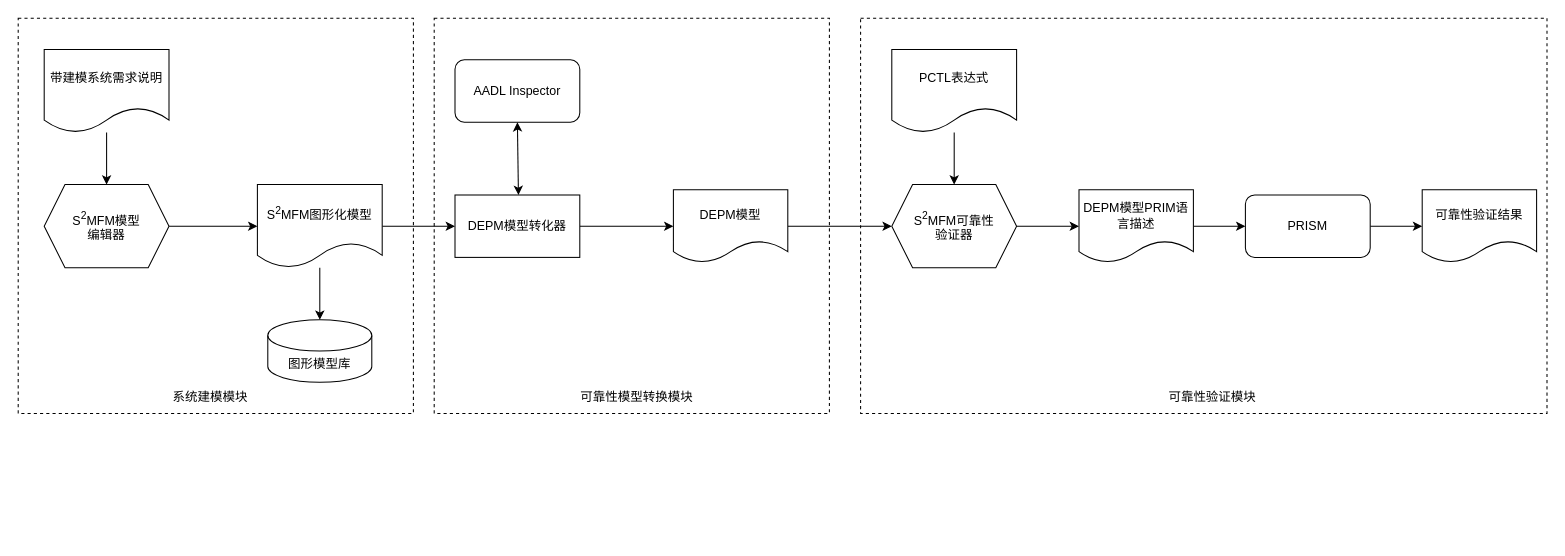
happinessandlove/Pic keeps this draw.io diagram as drawio/核心结构.drawio. Above is the earlier version. Source tidied: cells renumbered, new cells numbered last; positions are measured from the earlier drawing's top-left corner, leaving out a move shared by most shapes. Both pictures are drawn from the tidied source at 104%, with x=0, y=0 at pixel (18, 18).
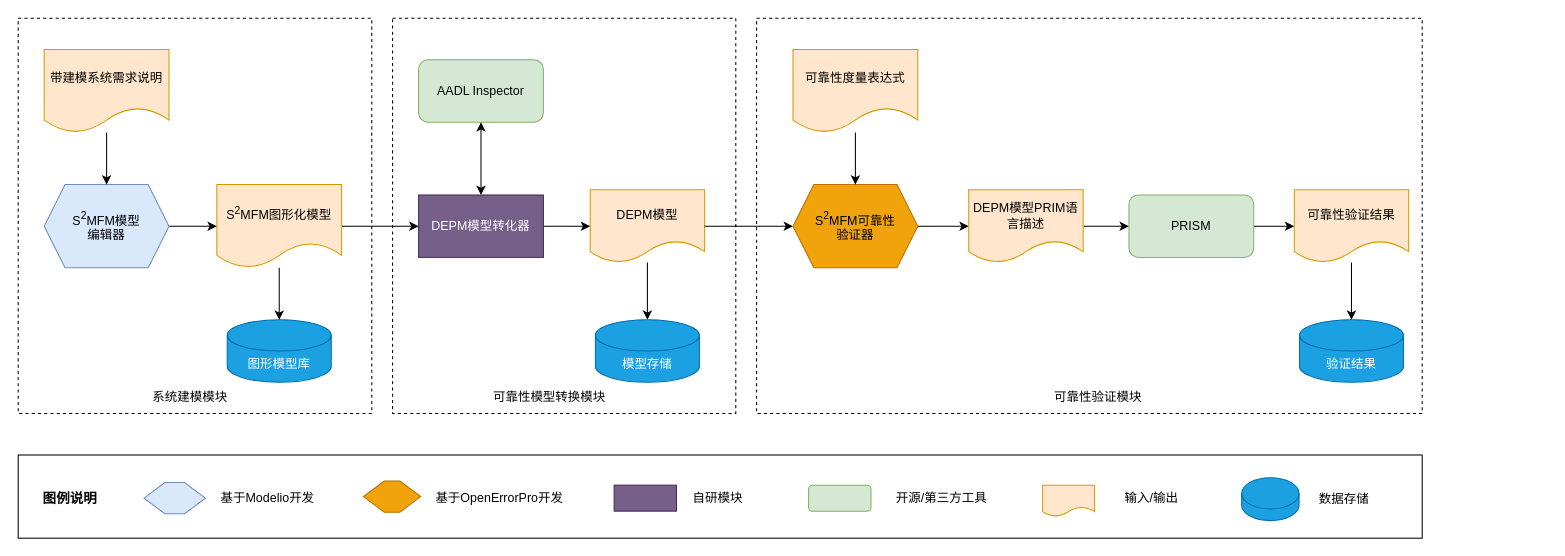
The same page after the edit.

Change to the diagram source:
```diff
@@
+    <mxCell id="31" style="group;" parent="1" vertex="1">
+      <mxGeometry x="710" width="640" height="380" as="geometry" />
+    </mxCell>
+    <mxCell id="32" style="rounded=0;whiteSpace=wrap;html=1;shadow=0;fillColor=none;dashed=1;" parent="31" vertex="1">
+      <mxGeometry width="640" height="380" as="geometry" />
+    </mxCell>
+    <mxCell id="33" value="可靠性验证模块" style="text;html=1;strokeColor=none;fillColor=none;align=center;verticalAlign=middle;whiteSpace=wrap;rounded=0;shadow=0;dashed=1;" parent="31" vertex="1">
+      <mxGeometry x="235.8" y="350" width="185.3" height="30" as="geometry" />
+    </mxCell>
+    <mxCell id="34" value="验证结果" style="shape=cylinder3;whiteSpace=wrap;html=1;boundedLbl=1;backgroundOutline=1;size=15;fillColor=#1ba1e2;fontColor=#ffffff;strokeColor=#006EAF;" parent="31" vertex="1">
+      <mxGeometry x="522" y="290" width="100" height="60" as="geometry" />
+    </mxCell>
+    <mxCell id="28" style="group;" parent="1" vertex="1">
+      <mxGeometry x="360" width="420" height="380" as="geometry" />
+    </mxCell>
+    <mxCell id="29" style="rounded=0;whiteSpace=wrap;html=1;shadow=0;fillColor=none;dashed=1;" parent="28" vertex="1">
+      <mxGeometry width="330" height="380" as="geometry" />
+    </mxCell>
+    <mxCell id="30" value="可靠性模型转换模块" style="text;html=1;strokeColor=none;fillColor=none;align=center;verticalAlign=middle;whiteSpace=wrap;rounded=0;shadow=0;dashed=1;" parent="28" vertex="1">
+      <mxGeometry x="90" y="350" width="121.6" height="30" as="geometry" />
+    </mxCell>
+    <mxCell id="35" style="edgeStyle=orthogonalEdgeStyle;rounded=0;jettySize=auto;html=1;entryX=0.5;entryY=0;entryDx=0;entryDy=0;entryPerimeter=0;" parent="28" edge="1" source="12" target="36">
+      <mxGeometry relative="1" as="geometry" />
+    </mxCell>
+    <mxCell id="12" value="&lt;span&gt;DEPM模型&lt;/span&gt;" style="shape=document;whiteSpace=wrap;html=1;boundedLbl=1;fillColor=#ffe6cc;strokeColor=#d79b00;" parent="28" vertex="1">
+      <mxGeometry x="190" y="165" width="110" height="70" as="geometry" />
+    </mxCell>
+    <mxCell id="36" value="模型存储" style="shape=cylinder3;whiteSpace=wrap;html=1;boundedLbl=1;backgroundOutline=1;size=15;fillColor=#1ba1e2;fontColor=#ffffff;strokeColor=#006EAF;" parent="28" vertex="1">
+      <mxGeometry x="195" y="290" width="100" height="60" as="geometry" />
+    </mxCell>
+    <mxCell id="25" style="group;" parent="1" vertex="1">
+      <mxGeometry width="340" height="380" as="geometry" />
+    </mxCell>
+    <mxCell id="26" style="rounded=0;whiteSpace=wrap;html=1;shadow=0;fillColor=none;dashed=1;" parent="25" vertex="1">
+      <mxGeometry width="340" height="380" as="geometry" />
+    </mxCell>
+    <mxCell id="27" value="系统建模模块" style="text;html=1;strokeColor=none;fillColor=none;align=center;verticalAlign=middle;whiteSpace=wrap;rounded=0;shadow=0;dashed=1;" parent="25" vertex="1">
+      <mxGeometry x="125.3" y="350" width="80.5" height="30" as="geometry" />
+    </mxCell>
@@
-    <mxCell id="3" value="&lt;span&gt;S&lt;/span&gt;&lt;sup&gt;2&lt;/sup&gt;&lt;span&gt;MFM模型&lt;/span&gt;&lt;br&gt;&lt;span&gt;编辑器&lt;/span&gt;" style="shape=hexagon;perimeter=hexagonPerimeter2;whiteSpace=wrap;html=1;fixedSize=1;" parent="1" vertex="1">
+    <mxCell id="3" value="&lt;span&gt;S&lt;/span&gt;&lt;sup&gt;2&lt;/sup&gt;&lt;span&gt;MFM模型&lt;/span&gt;&lt;br&gt;&lt;span&gt;编辑器&lt;/span&gt;" style="shape=hexagon;perimeter=hexagonPerimeter2;whiteSpace=wrap;html=1;fixedSize=1;fillColor=#dae8fc;strokeColor=#6c8ebf;" parent="1" vertex="1">
       <mxGeometry x="25" y="160" width="120" height="80" as="geometry" />
     </mxCell>
@@
-    <mxCell id="5" value="&lt;span&gt;带建模系统需求说明&lt;/span&gt;" style="shape=document;whiteSpace=wrap;html=1;boundedLbl=1;" parent="1" vertex="1">
+    <mxCell id="5" value="&lt;span&gt;带建模系统需求说明&lt;/span&gt;" style="shape=document;whiteSpace=wrap;html=1;boundedLbl=1;fillColor=#ffe6cc;strokeColor=#d79b00;" parent="1" vertex="1">
       <mxGeometry x="25" y="30" width="120" height="80" as="geometry" />
     </mxCell>
-    <mxCell id="6" value="图形模型库" style="shape=cylinder3;whiteSpace=wrap;html=1;boundedLbl=1;backgroundOutline=1;size=15;" parent="1" vertex="1">
-      <mxGeometry x="240" y="290" width="100" height="60" as="geometry" />
+    <mxCell id="6" value="图形模型库" style="shape=cylinder3;whiteSpace=wrap;html=1;boundedLbl=1;backgroundOutline=1;size=15;fillColor=#1ba1e2;fontColor=#ffffff;strokeColor=#006EAF;" parent="1" vertex="1">
+      <mxGeometry x="201" y="290" width="100" height="60" as="geometry" />
     </mxCell>
@@
-    <mxCell id="8" value="DEPM模型转化器" style="rounded=0;whiteSpace=wrap;html=1;" parent="1" vertex="1">
-      <mxGeometry x="420" y="170" width="120" height="60" as="geometry" />
+    <mxCell id="8" value="DEPM模型转化器" style="rounded=0;whiteSpace=wrap;html=1;fillColor=#76608a;fontColor=#ffffff;strokeColor=#432D57;" parent="1" vertex="1">
+      <mxGeometry x="385" y="170" width="120" height="60" as="geometry" />
     </mxCell>
-    <mxCell id="9" value="AADL Inspector" style="rounded=1;whiteSpace=wrap;html=1;" parent="1" vertex="1">
-      <mxGeometry x="420" y="40" width="120" height="60" as="geometry" />
+    <mxCell id="9" value="AADL Inspector" style="rounded=1;whiteSpace=wrap;html=1;fillColor=#d5e8d4;strokeColor=#82b366;" parent="1" vertex="1">
+      <mxGeometry x="385" y="40" width="120" height="60" as="geometry" />
     </mxCell>
-    <mxCell id="10" style="endArrow=classic;startArrow=classic;html=1;rounded=0;exitX=0.5;exitY=0;exitDx=0;exitDy=0;entryX=0.5;entryY=1;entryDx=0;entryDy=0;" parent="1" edge="1" target="9">
-      <mxGeometry relative="1" as="geometry">
-        <mxPoint x="481" y="170" as="sourcePoint" />
-      </mxGeometry>
+    <mxCell id="10" style="endArrow=classic;startArrow=classic;html=1;rounded=0;exitX=0.5;exitY=0;exitDx=0;exitDy=0;entryX=0.5;entryY=1;entryDx=0;entryDy=0;" parent="1" edge="1" source="8" target="9">
+      <mxGeometry relative="1" as="geometry" />
     </mxCell>
@@
-    <mxCell id="12" value="&lt;span&gt;DEPM模型&lt;/span&gt;" style="shape=document;whiteSpace=wrap;html=1;boundedLbl=1;" parent="1" vertex="1">
-      <mxGeometry x="630" y="165" width="110" height="70" as="geometry" />
-    </mxCell>
@@
-    <mxCell id="14" value="S&lt;sup&gt;2&lt;/sup&gt;MFM可靠性&lt;br&gt;验证器" style="shape=hexagon;perimeter=hexagonPerimeter2;whiteSpace=wrap;html=1;fixedSize=1;" parent="1" vertex="1">
-      <mxGeometry x="840" y="160" width="120" height="80" as="geometry" />
+    <mxCell id="14" value="S&lt;sup&gt;2&lt;/sup&gt;MFM可靠性&lt;br&gt;验证器" style="shape=hexagon;perimeter=hexagonPerimeter2;whiteSpace=wrap;html=1;fixedSize=1;fillColor=#f0a30a;strokeColor=#BD7000;fontColor=#000000;" parent="1" vertex="1">
+      <mxGeometry x="745" y="160" width="120" height="80" as="geometry" />
     </mxCell>
@@
-    <mxCell id="17" value="S&lt;sup&gt;2&lt;/sup&gt;MFM图形化模型" style="shape=document;whiteSpace=wrap;html=1;boundedLbl=1;" parent="1" vertex="1">
-      <mxGeometry x="230" y="160" width="120" height="80" as="geometry" />
+    <mxCell id="17" value="S&lt;sup&gt;2&lt;/sup&gt;MFM图形化模型" style="shape=document;whiteSpace=wrap;html=1;boundedLbl=1;fillColor=#ffe6cc;strokeColor=#d79b00;" parent="1" vertex="1">
+      <mxGeometry x="191" y="160" width="120" height="80" as="geometry" />
     </mxCell>
@@
-    <mxCell id="19" value="&lt;span&gt;DEPM模型PRIM语言描述&lt;/span&gt;" style="shape=document;whiteSpace=wrap;html=1;boundedLbl=1;" parent="1" vertex="1">
-      <mxGeometry x="1020" y="165" width="110" height="70" as="geometry" />
+    <mxCell id="19" value="&lt;span&gt;DEPM模型PRIM语言描述&lt;/span&gt;" style="shape=document;whiteSpace=wrap;html=1;boundedLbl=1;fillColor=#ffe6cc;strokeColor=#d79b00;" parent="1" vertex="1">
+      <mxGeometry x="914" y="165" width="110" height="70" as="geometry" />
     </mxCell>
@@
-    <mxCell id="21" value="PRISM" style="rounded=1;whiteSpace=wrap;html=1;" parent="1" vertex="1">
-      <mxGeometry x="1180" y="170" width="120" height="60" as="geometry" />
+    <mxCell id="21" value="PRISM" style="rounded=1;whiteSpace=wrap;html=1;fillColor=#d5e8d4;strokeColor=#82b366;" parent="1" vertex="1">
+      <mxGeometry x="1068" y="170" width="120" height="60" as="geometry" />
     </mxCell>
@@
-    <mxCell id="23" value="PCTL表达式" style="shape=document;whiteSpace=wrap;html=1;boundedLbl=1;" parent="1" vertex="1">
-      <mxGeometry x="840" y="30" width="120" height="80" as="geometry" />
+    <mxCell id="23" value="可靠性度量表达式" style="shape=document;whiteSpace=wrap;html=1;boundedLbl=1;fillColor=#ffe6cc;strokeColor=#d79b00;" parent="1" vertex="1">
+      <mxGeometry x="745" y="30" width="120" height="80" as="geometry" />
     </mxCell>
+    <mxCell id="37" style="edgeStyle=orthogonalEdgeStyle;rounded=0;jettySize=auto;html=1;" parent="1" edge="1" source="24" target="34">
+      <mxGeometry relative="1" as="geometry" />
+    </mxCell>
-    <mxCell id="24" value="可靠性验证结果" style="shape=document;whiteSpace=wrap;html=1;boundedLbl=1;" parent="1" vertex="1">
-      <mxGeometry x="1350" y="165" width="110" height="70" as="geometry" />
+    <mxCell id="24" value="可靠性验证结果" style="shape=document;whiteSpace=wrap;html=1;boundedLbl=1;fillColor=#ffe6cc;strokeColor=#d79b00;" parent="1" vertex="1">
+      <mxGeometry x="1227" y="165" width="110" height="70" as="geometry" />
     </mxCell>
-    <mxCell id="25" style="group;" parent="1" vertex="1">
-      <mxGeometry width="380" height="380" as="geometry" />
-    </mxCell>
-    <mxCell id="26" style="rounded=0;whiteSpace=wrap;html=1;shadow=0;fillColor=none;dashed=1;" parent="25" vertex="1">
-      <mxGeometry width="380" height="380" as="geometry" />
-    </mxCell>
-    <mxCell id="27" value="系统建模模块" style="text;html=1;strokeColor=none;fillColor=none;align=center;verticalAlign=middle;whiteSpace=wrap;rounded=0;shadow=0;dashed=1;" parent="25" vertex="1">
-      <mxGeometry x="140" y="350" width="90" height="30" as="geometry" />
-    </mxCell>
-    <mxCell id="28" style="group;" parent="1" vertex="1">
-      <mxGeometry x="400" width="380" height="380" as="geometry" />
-    </mxCell>
-    <mxCell id="29" style="rounded=0;whiteSpace=wrap;html=1;shadow=0;fillColor=none;dashed=1;" parent="28" vertex="1">
-      <mxGeometry width="380" height="380" as="geometry" />
-    </mxCell>
-    <mxCell id="30" value="可靠性模型转换模块" style="text;html=1;strokeColor=none;fillColor=none;align=center;verticalAlign=middle;whiteSpace=wrap;rounded=0;shadow=0;dashed=1;" parent="28" vertex="1">
-      <mxGeometry x="140" y="350" width="110" height="30" as="geometry" />
-    </mxCell>
-    <mxCell id="31" style="group;" parent="1" vertex="1">
-      <mxGeometry x="810" width="660" height="380" as="geometry" />
-    </mxCell>
-    <mxCell id="32" style="rounded=0;whiteSpace=wrap;html=1;shadow=0;fillColor=none;dashed=1;" parent="31" vertex="1">
-      <mxGeometry width="660" height="380" as="geometry" />
-    </mxCell>
-    <mxCell id="33" value="可靠性验证模块" style="text;html=1;strokeColor=none;fillColor=none;align=center;verticalAlign=middle;whiteSpace=wrap;rounded=0;shadow=0;dashed=1;" parent="31" vertex="1">
-      <mxGeometry x="243.2" y="350" width="191.1" height="30" as="geometry" />
-    </mxCell>
+    <mxCell id="38" style="group;" parent="1" vertex="1">
+      <mxGeometry y="420" width="1350" height="80" as="geometry" />
+    </mxCell>
+    <mxCell id="39" style="rounded=0;whiteSpace=wrap;html=1;shadow=0;fontSize=13;fillColor=none;" parent="38" vertex="1">
+      <mxGeometry width="1350" height="80" as="geometry" />
+    </mxCell>
+    <mxCell id="40" style="shape=hexagon;perimeter=hexagonPerimeter2;whiteSpace=wrap;html=1;fixedSize=1;fillColor=#dae8fc;strokeColor=#6c8ebf;" parent="38" vertex="1">
+      <mxGeometry x="121" y="26.5" width="59" height="30" as="geometry" />
+    </mxCell>
+    <mxCell id="41" value="基于Modelio开发" style="text;html=1;strokeColor=none;fillColor=none;align=center;verticalAlign=middle;whiteSpace=wrap;rounded=0;shadow=0;dashed=1;" parent="38" vertex="1">
+      <mxGeometry x="185" y="26.5" width="110" height="30" as="geometry" />
+    </mxCell>
+    <mxCell id="42" style="rounded=0;whiteSpace=wrap;html=1;fillColor=#76608a;fontColor=#ffffff;strokeColor=#432D57;" parent="38" vertex="1">
+      <mxGeometry x="573" y="29" width="60" height="25" as="geometry" />
+    </mxCell>
+    <mxCell id="43" value="自研模块" style="text;html=1;strokeColor=none;fillColor=none;align=center;verticalAlign=middle;whiteSpace=wrap;rounded=0;shadow=0;dashed=1;" parent="38" vertex="1">
+      <mxGeometry x="618" y="26.5" width="110" height="30" as="geometry" />
+    </mxCell>
+    <mxCell id="44" style="group;" parent="38" vertex="1">
+      <mxGeometry x="760" y="26.5" width="183" height="30" as="geometry" />
+    </mxCell>
+    <mxCell id="45" style="rounded=1;whiteSpace=wrap;html=1;fillColor=#d5e8d4;strokeColor=#82b366;" parent="44" vertex="1">
+      <mxGeometry y="2.5" width="60" height="25" as="geometry" />
+    </mxCell>
+    <mxCell id="46" value="开源/第三方工具" style="text;html=1;strokeColor=none;fillColor=none;align=center;verticalAlign=middle;whiteSpace=wrap;rounded=0;shadow=0;dashed=1;" parent="44" vertex="1">
+      <mxGeometry x="73" width="110" height="30" as="geometry" />
+    </mxCell>
+    <mxCell id="47" style="shape=document;whiteSpace=wrap;html=1;boundedLbl=1;fillColor=#ffe6cc;strokeColor=#d79b00;" parent="38" vertex="1">
+      <mxGeometry x="985" y="29" width="50" height="30" as="geometry" />
+    </mxCell>
+    <mxCell id="48" value="输入/输出" style="text;html=1;strokeColor=none;fillColor=none;align=center;verticalAlign=middle;whiteSpace=wrap;rounded=0;shadow=0;dashed=1;" parent="38" vertex="1">
+      <mxGeometry x="1060" y="26.5" width="60" height="30" as="geometry" />
+    </mxCell>
+    <mxCell id="49" style="shape=cylinder3;whiteSpace=wrap;html=1;boundedLbl=1;backgroundOutline=1;size=15;fillColor=#1ba1e2;fontColor=#ffffff;strokeColor=#006EAF;" parent="38" vertex="1">
+      <mxGeometry x="1176.4" y="21.9" width="55.2" height="41.2" as="geometry" />
+    </mxCell>
+    <mxCell id="50" value="数据存储" style="text;html=1;strokeColor=none;fillColor=none;align=center;verticalAlign=middle;whiteSpace=wrap;rounded=0;shadow=0;dashed=1;" parent="38" vertex="1">
+      <mxGeometry x="1245" y="27.5" width="60" height="30" as="geometry" />
+    </mxCell>
+    <mxCell id="51" style="shape=hexagon;perimeter=hexagonPerimeter2;whiteSpace=wrap;html=1;fixedSize=1;fillColor=#f0a30a;strokeColor=#BD7000;fontColor=#000000;" parent="38" vertex="1">
+      <mxGeometry x="332" y="25" width="55" height="30" as="geometry" />
+    </mxCell>
+    <mxCell id="52" value="基于OpenErrorPro开发" style="text;html=1;strokeColor=none;fillColor=none;align=center;verticalAlign=middle;whiteSpace=wrap;rounded=0;shadow=0;dashed=1;" parent="38" vertex="1">
+      <mxGeometry x="398" y="26.5" width="130" height="30" as="geometry" />
+    </mxCell>
+    <mxCell id="53" value="&lt;b style=&quot;font-size: 13px;&quot;&gt;图例说明&lt;/b&gt;" style="text;html=1;strokeColor=none;fillColor=none;align=center;verticalAlign=middle;whiteSpace=wrap;rounded=0;shadow=0;dashed=1;fontSize=13;" parent="38" vertex="1">
+      <mxGeometry x="20" y="26.5" width="60" height="30" as="geometry" />
+    </mxCell>
```
